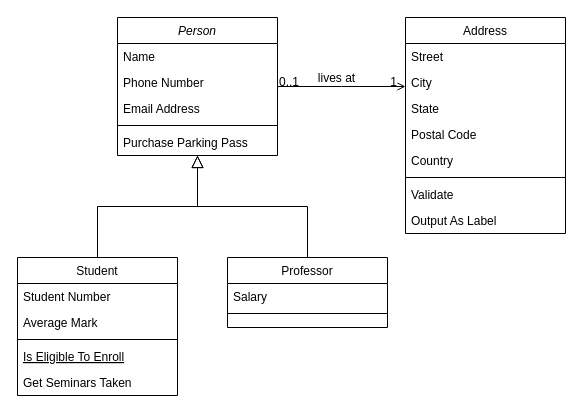
Before: Biểu đồ không có tiêu đề.drawio in minh2004pd/js, a draw.io diagram. Source tidied: cells renumbered, new cells numbered last; positions are measured from the earlier drawing's top-left corner, leaving out a move shared by most shapes. Both pictures are drawn from the tidied source at 100%, with x=0, y=0 at pixel (17, 17).
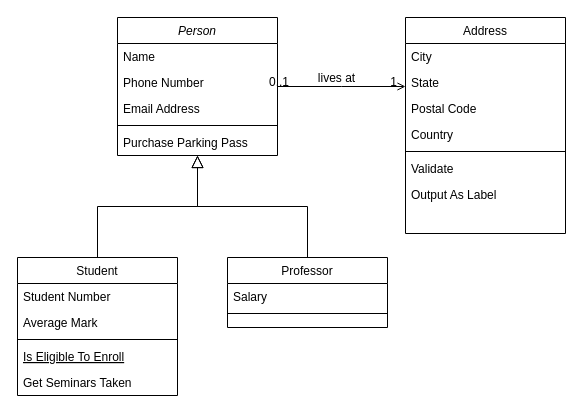
The same diagram, later.

Commit message:
Cập nhật Biểu đồ không có tiêu đề.drawio

Unchanged cells that the change refers to:
```xml
<mxCell id="19" value="Address" style="swimlane;fontStyle=0;align=center;verticalAlign=top;horizontal=1;startSize=26;rounded=0;shadow=0;strokeWidth=1;" parent="1" vertex="1">
  <mxGeometry x="388" width="160" height="216" as="geometry" />
</mxCell>
<mxCell id="28" style="endArrow=open;shadow=0;strokeWidth=1;rounded=0;endFill=1;edgeStyle=elbowEdgeStyle;elbow=vertical;" parent="1" edge="1" source="2" target="19">
  <mxGeometry x="0.5" y="41" relative="1" as="geometry">
    <mxPoint x="-40" y="32" as="offset" />
  </mxGeometry>
</mxCell>
```

The edit, as a diff of the source:
```diff
@@
-    <mxCell id="20" value="Street" style="text;align=left;verticalAlign=top;spacingLeft=4;spacingRight=4;overflow=hidden;" parent="19" vertex="1">
-      <mxGeometry y="26" width="160" height="26" as="geometry" />
-    </mxCell>
     <mxCell id="21" value="City" style="text;align=left;verticalAlign=top;spacingLeft=4;spacingRight=4;overflow=hidden;rounded=0;shadow=0;html=0;" parent="19" vertex="1">
-      <mxGeometry y="52" width="160" height="26" as="geometry" />
+      <mxGeometry y="26" width="160" height="26" as="geometry" />
     </mxCell>
     <mxCell id="22" value="State" style="text;align=left;verticalAlign=top;spacingLeft=4;spacingRight=4;overflow=hidden;rounded=0;shadow=0;html=0;" parent="19" vertex="1">
-      <mxGeometry y="78" width="160" height="26" as="geometry" />
+      <mxGeometry y="52" width="160" height="26" as="geometry" />
     </mxCell>
     <mxCell id="23" value="Postal Code" style="text;align=left;verticalAlign=top;spacingLeft=4;spacingRight=4;overflow=hidden;rounded=0;shadow=0;html=0;" parent="19" vertex="1">
-      <mxGeometry y="104" width="160" height="26" as="geometry" />
+      <mxGeometry y="78" width="160" height="26" as="geometry" />
     </mxCell>
     <mxCell id="24" value="Country" style="text;align=left;verticalAlign=top;spacingLeft=4;spacingRight=4;overflow=hidden;rounded=0;shadow=0;html=0;" parent="19" vertex="1">
-      <mxGeometry y="130" width="160" height="26" as="geometry" />
+      <mxGeometry y="104" width="160" height="26" as="geometry" />
     </mxCell>
     <mxCell id="25" style="line;html=1;strokeWidth=1;align=left;verticalAlign=middle;spacingTop=-1;spacingLeft=3;spacingRight=3;labelPosition=right;" parent="19" vertex="1">
-      <mxGeometry y="156" width="160" height="8" as="geometry" />
+      <mxGeometry y="130" width="160" height="8" as="geometry" />
     </mxCell>
     <mxCell id="26" value="Validate" style="text;align=left;verticalAlign=top;spacingLeft=4;spacingRight=4;overflow=hidden;" parent="19" vertex="1">
-      <mxGeometry y="164" width="160" height="26" as="geometry" />
+      <mxGeometry y="138" width="160" height="26" as="geometry" />
     </mxCell>
     <mxCell id="27" value="Output As Label" style="text;align=left;verticalAlign=top;spacingLeft=4;spacingRight=4;overflow=hidden;" parent="19" vertex="1">
-      <mxGeometry y="190" width="160" height="26" as="geometry" />
+      <mxGeometry y="164" width="160" height="26" as="geometry" />
     </mxCell>
@@
     <mxCell id="29" value="0..1" style="align=left;verticalAlign=bottom;labelBackgroundColor=none;fontSize=12;" parent="28" vertex="1">
       <mxGeometry x="-1" relative="1" as="geometry">
-        <mxPoint y="4" as="offset" />
+        <mxPoint x="-10" y="4" as="offset" />
       </mxGeometry>
     </mxCell>
```
